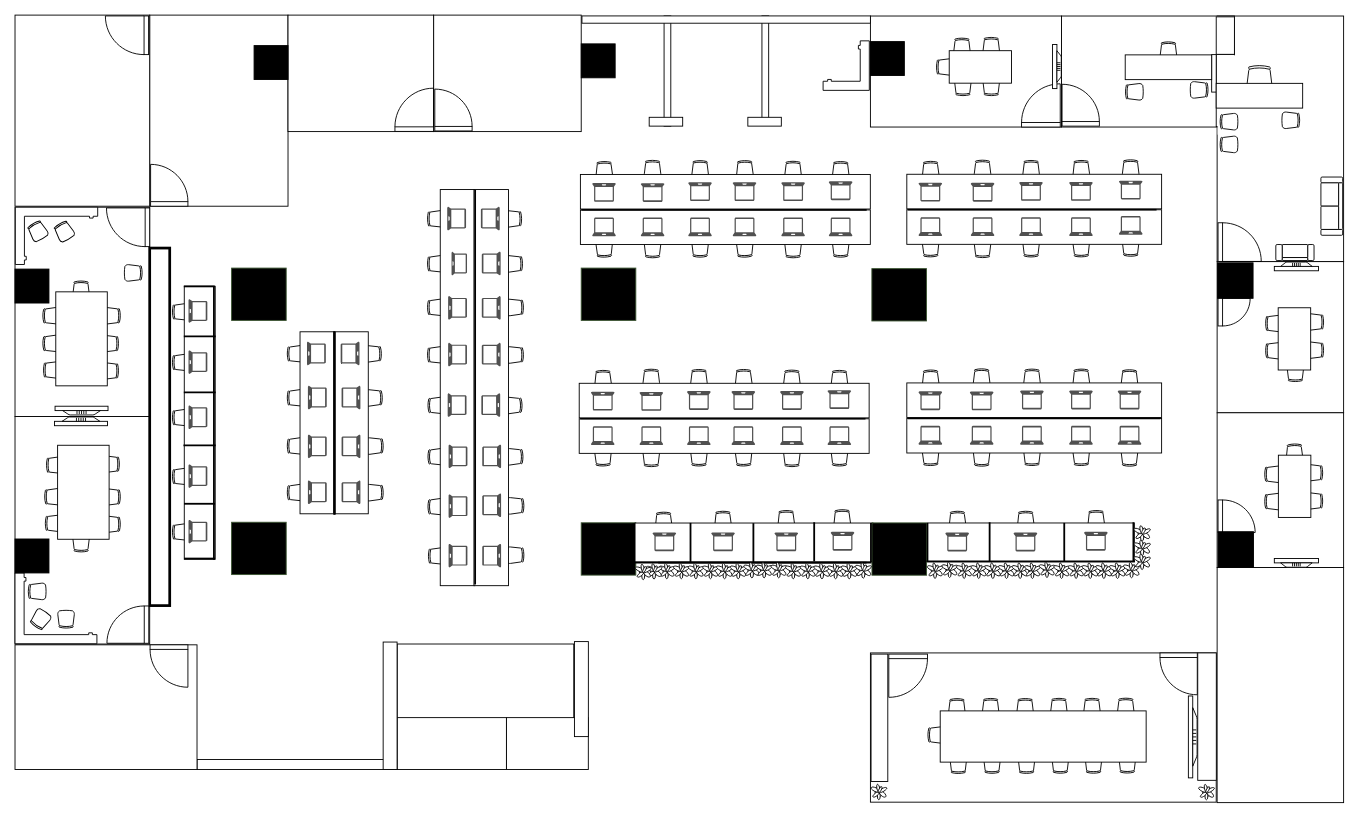
Bagay-0037/visuals keeps this draw.io diagram as Floor laout.drawio. Above is the earlier version. Source tidied: cells renumbered, new cells numbered last; positions are measured from the earlier drawing's top-left corner, leaving out a move shared by most shapes. Both pictures are drawn from the tidied source at 91%, with x=0, y=0 at pixel (15, 15).
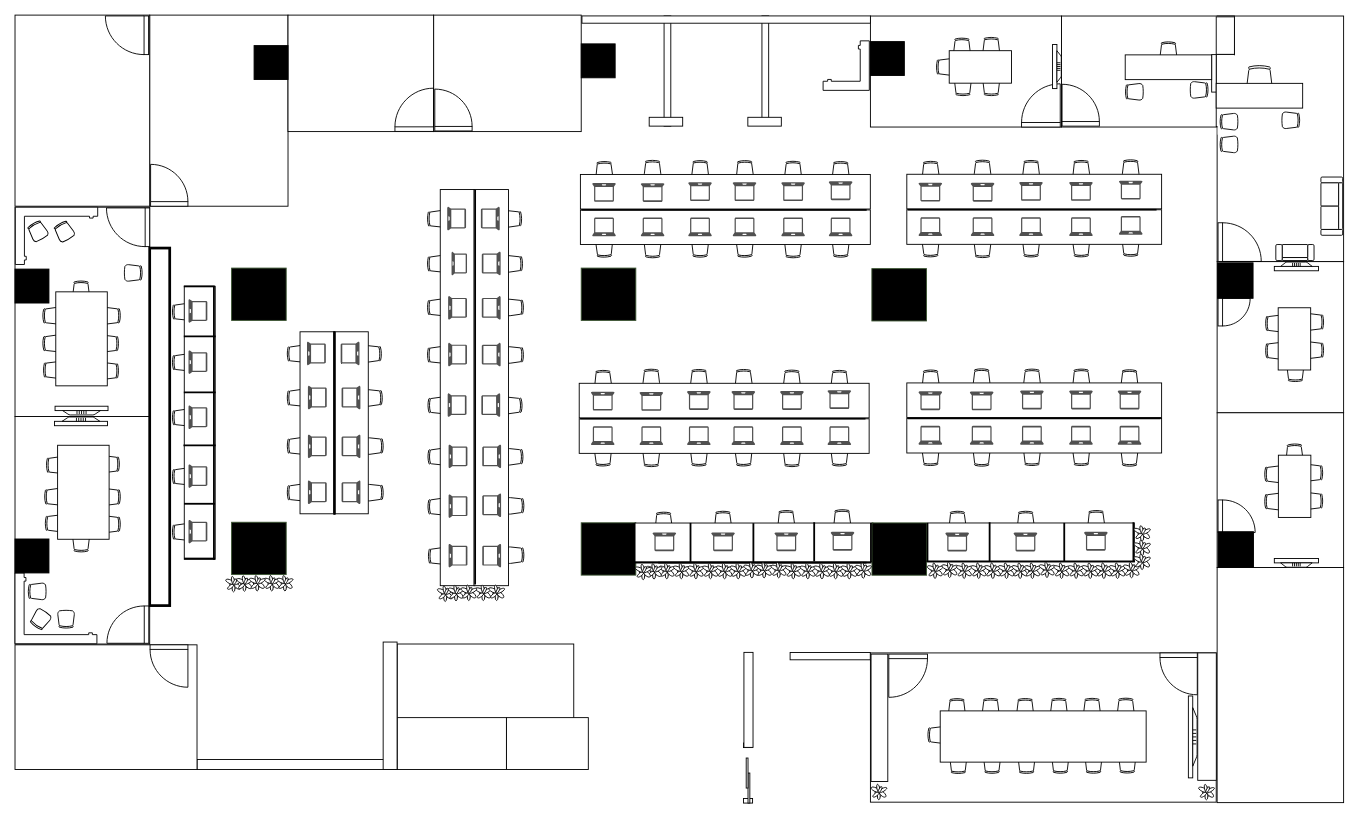
The same diagram, later.

Diff of the diagram source:
```diff
@@
-    <mxCell id="56" style="rounded=0;whiteSpace=wrap;html=1;direction=west;rotation=90;" parent="1" vertex="1">
-      <mxGeometry x="570.2" y="733.1" width="104.4" height="15.3" as="geometry" />
-    </mxCell>
@@
+    <mxCell id="374" style="verticalLabelPosition=bottom;html=1;verticalAlign=top;align=center;shape=mxgraph.floorplan.plant;" parent="1" vertex="1">
+      <mxGeometry x="507.2" y="625.4" width="14" height="18" as="geometry" />
+    </mxCell>
+    <mxCell id="375" style="verticalLabelPosition=bottom;html=1;verticalAlign=top;align=center;shape=mxgraph.floorplan.plant;" parent="1" vertex="1">
+      <mxGeometry x="465.3" y="626.4" width="14" height="18" as="geometry" />
+    </mxCell>
+    <mxCell id="376" style="verticalLabelPosition=bottom;html=1;verticalAlign=top;align=center;shape=mxgraph.floorplan.plant;" parent="1" vertex="1">
+      <mxGeometry x="477.2" y="625.7" width="14" height="18" as="geometry" />
+    </mxCell>
+    <mxCell id="377" style="verticalLabelPosition=bottom;html=1;verticalAlign=top;align=center;shape=mxgraph.floorplan.plant;" parent="1" vertex="1">
+      <mxGeometry x="491.2" y="625.4" width="14" height="18" as="geometry" />
+    </mxCell>
+    <mxCell id="378" style="verticalLabelPosition=bottom;html=1;verticalAlign=top;align=center;shape=mxgraph.floorplan.plant;" parent="1" vertex="1">
+      <mxGeometry x="521.8" y="625.4" width="14" height="18" as="geometry" />
+    </mxCell>
+    <mxCell id="379" style="verticalLabelPosition=bottom;html=1;verticalAlign=top;align=center;shape=mxgraph.floorplan.plant;" parent="1" vertex="1">
+      <mxGeometry x="274.7" y="614.9" width="14" height="18" as="geometry" />
+    </mxCell>
+    <mxCell id="380" style="verticalLabelPosition=bottom;html=1;verticalAlign=top;align=center;shape=mxgraph.floorplan.plant;" parent="1" vertex="1">
+      <mxGeometry x="232.7" y="615.9" width="14" height="18" as="geometry" />
+    </mxCell>
+    <mxCell id="381" style="verticalLabelPosition=bottom;html=1;verticalAlign=top;align=center;shape=mxgraph.floorplan.plant;" parent="1" vertex="1">
+      <mxGeometry x="244.7" y="615.2" width="14" height="18" as="geometry" />
+    </mxCell>
+    <mxCell id="382" style="verticalLabelPosition=bottom;html=1;verticalAlign=top;align=center;shape=mxgraph.floorplan.plant;" parent="1" vertex="1">
+      <mxGeometry x="258.7" y="614.9" width="14" height="18" as="geometry" />
+    </mxCell>
+    <mxCell id="383" style="verticalLabelPosition=bottom;html=1;verticalAlign=top;align=center;shape=mxgraph.floorplan.plant;" parent="1" vertex="1">
+      <mxGeometry x="289.2" y="614.9" width="14" height="18" as="geometry" />
+    </mxCell>
+    <mxCell id="384" style="rounded=0;whiteSpace=wrap;html=1;direction=north;rotation=90;" parent="1" vertex="1">
+      <mxGeometry x="891.8" y="660.5" width="8" height="88.1" as="geometry" />
+    </mxCell>
+    <mxCell id="385" style="verticalLabelPosition=bottom;html=1;verticalAlign=top;align=center;shape=mxgraph.floorplan.doorSlidingGlass;dx=0.25;rotation=-180;direction=south;" parent="1" vertex="1">
+      <mxGeometry x="801" y="800" width="9" height="66" as="geometry" />
+    </mxCell>
+    <mxCell id="56" style="rounded=0;whiteSpace=wrap;html=1;direction=west;rotation=90;" parent="1" vertex="1">
+      <mxGeometry x="753.8" y="747.6" width="104.4" height="10" as="geometry" />
+    </mxCell>
```
